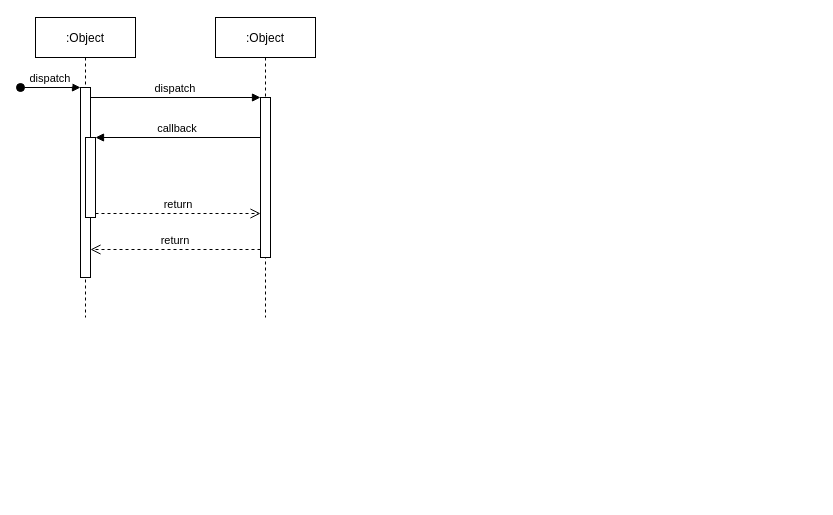
This is Untitled Diagram.drawio from philong97/diagram, a draw.io file, before an edit. Source tidied: cells renumbered, new cells numbered last; positions are measured from the earlier drawing's top-left corner, leaving out a move shared by most shapes. Both pictures are drawn from the tidied source at 100%, with x=0, y=0 at pixel (20, 17).
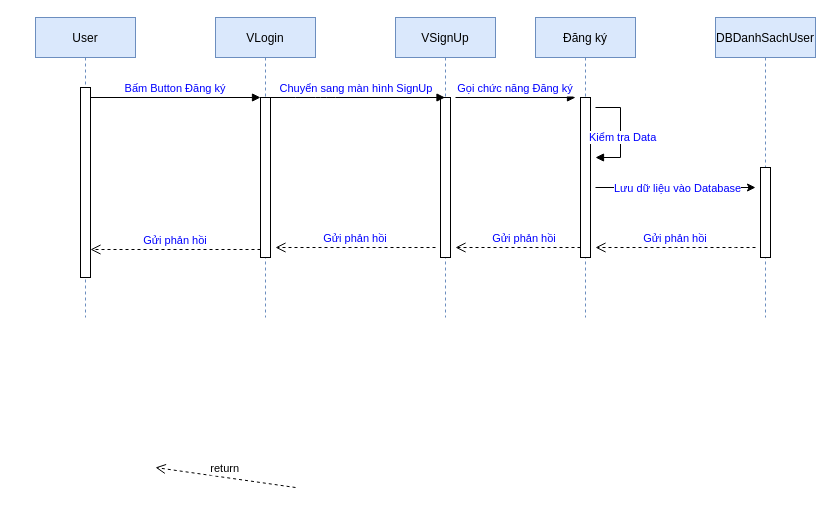
After the change.

Diff of the diagram source:
```diff
@@
-    <mxCell id="2" value=":Object" style="shape=umlLifeline;perimeter=lifelinePerimeter;rounded=0;shadow=0;strokeWidth=1;" parent="1" vertex="1">
+    <mxCell id="2" value="User" style="shape=umlLifeline;perimeter=lifelinePerimeter;rounded=0;shadow=0;strokeWidth=1;fillColor=#dae8fc;strokeColor=#6c8ebf;" parent="1" vertex="1">
       <mxGeometry x="15" width="100" height="300" as="geometry" />
     </mxCell>
-    <mxCell id="3" style="points=[];perimeter=orthogonalPerimeter;rounded=0;shadow=0;strokeWidth=1;" parent="2" vertex="1">
+    <mxCell id="3" style="points=[];perimeter=orthogonalPerimeter;rounded=0;shadow=0;strokeWidth=1;fontColor=#0000FF;" parent="2" vertex="1">
       <mxGeometry x="45" y="70" width="10" height="190" as="geometry" />
     </mxCell>
-    <mxCell id="4" value="dispatch" style="verticalAlign=bottom;startArrow=oval;endArrow=block;startSize=8;shadow=0;strokeWidth=1;" parent="2" edge="1" target="3">
-      <mxGeometry relative="1" as="geometry">
-        <mxPoint x="-15" y="70" as="sourcePoint" />
-      </mxGeometry>
-    </mxCell>
-    <mxCell id="5" style="points=[];perimeter=orthogonalPerimeter;rounded=0;shadow=0;strokeWidth=1;" parent="2" vertex="1">
-      <mxGeometry x="50" y="120" width="10" height="80" as="geometry" />
-    </mxCell>
-    <mxCell id="6" value=":Object" style="shape=umlLifeline;perimeter=lifelinePerimeter;rounded=0;shadow=0;strokeWidth=1;" parent="1" vertex="1">
+    <mxCell id="6" value="VLogin" style="shape=umlLifeline;perimeter=lifelinePerimeter;rounded=0;shadow=0;strokeWidth=1;fillColor=#dae8fc;strokeColor=#6c8ebf;" parent="1" vertex="1">
       <mxGeometry x="195" width="100" height="300" as="geometry" />
     </mxCell>
-    <mxCell id="7" style="points=[];perimeter=orthogonalPerimeter;rounded=0;shadow=0;strokeWidth=1;" parent="6" vertex="1">
+    <mxCell id="7" style="points=[];perimeter=orthogonalPerimeter;rounded=0;shadow=0;strokeWidth=1;fontColor=#0000FF;" parent="6" vertex="1">
       <mxGeometry x="45" y="80" width="10" height="160" as="geometry" />
     </mxCell>
-    <mxCell id="8" value="return" style="verticalAlign=bottom;endArrow=open;dashed=1;endSize=8;exitX=0;exitY=0.95;shadow=0;strokeWidth=1;" parent="1" edge="1" source="7" target="3">
+    <mxCell id="8" value="Gửi phản hồi" style="verticalAlign=bottom;endArrow=open;dashed=1;endSize=8;exitX=0;exitY=0.95;shadow=0;strokeWidth=1;fontColor=#0000FF;" parent="1" edge="1" source="7" target="3">
       <mxGeometry relative="1" as="geometry" />
     </mxCell>
-    <mxCell id="9" value="dispatch" style="verticalAlign=bottom;endArrow=block;entryX=0;entryY=0;shadow=0;strokeWidth=1;" parent="1" edge="1" source="3" target="7">
+    <mxCell id="9" value="Bấm Button Đăng ký" style="verticalAlign=bottom;endArrow=block;entryX=0;entryY=0;shadow=0;strokeWidth=1;fontColor=#0000FF;" parent="1" edge="1" source="3" target="7">
       <mxGeometry relative="1" as="geometry" />
     </mxCell>
-    <mxCell id="10" value="callback" style="verticalAlign=bottom;endArrow=block;entryX=1;entryY=0;shadow=0;strokeWidth=1;" parent="1" edge="1" source="7" target="5">
-      <mxGeometry relative="1" as="geometry" />
-    </mxCell>
-    <mxCell id="11" value="return" style="verticalAlign=bottom;endArrow=open;dashed=1;endSize=8;exitX=1;exitY=0.95;shadow=0;strokeWidth=1;" parent="1" edge="1" source="5" target="7">
-      <mxGeometry relative="1" as="geometry" />
+    <mxCell id="11" value="return" style="verticalAlign=bottom;endArrow=open;dashed=1;endSize=8;shadow=0;strokeWidth=1;" parent="1" edge="1">
+      <mxGeometry relative="1" as="geometry">
+        <mxPoint x="275" y="470" as="sourcePoint" />
+        <mxPoint x="135" y="450" as="targetPoint" />
+      </mxGeometry>
     </mxCell>
+    <mxCell id="12" value="VSignUp" style="shape=umlLifeline;perimeter=lifelinePerimeter;rounded=0;shadow=0;strokeWidth=1;fillColor=#dae8fc;strokeColor=#6c8ebf;" parent="1" vertex="1">
+      <mxGeometry x="375" width="100" height="300" as="geometry" />
+    </mxCell>
+    <mxCell id="13" style="perimeter=orthogonalPerimeter;rounded=0;shadow=0;strokeWidth=1;fontColor=#0000FF;" parent="12" vertex="1">
+      <mxGeometry x="45" y="80" width="10" height="160" as="geometry" />
+    </mxCell>
+    <mxCell id="14" value="DBDanhSachUser" style="shape=umlLifeline;perimeter=lifelinePerimeter;rounded=0;shadow=0;strokeWidth=1;fillColor=#dae8fc;strokeColor=#6c8ebf;" parent="1" vertex="1">
+      <mxGeometry x="695" width="100" height="300" as="geometry" />
+    </mxCell>
+    <mxCell id="15" style="perimeter=orthogonalPerimeter;rounded=0;shadow=0;strokeWidth=1;fontColor=#0000FF;" parent="14" vertex="1">
+      <mxGeometry x="45" y="150" width="10" height="90" as="geometry" />
+    </mxCell>
+    <mxCell id="16" value="Chuyển sang màn hình SignUp" style="verticalAlign=bottom;endArrow=block;shadow=0;strokeWidth=1;fontColor=#0000FF;" parent="1" edge="1" target="12">
+      <mxGeometry relative="1" as="geometry">
+        <mxPoint x="248" y="80" as="sourcePoint" />
+        <Array as="points">
+          <mxPoint x="285" y="80" />
+          <mxPoint x="305" y="80" />
+        </Array>
+      </mxGeometry>
+    </mxCell>
+    <mxCell id="17" value="Đăng ký" style="shape=umlLifeline;perimeter=lifelinePerimeter;rounded=0;shadow=0;strokeWidth=1;fillColor=#dae8fc;strokeColor=#6c8ebf;" parent="1" vertex="1">
+      <mxGeometry x="515" width="100" height="300" as="geometry" />
+    </mxCell>
+    <mxCell id="18" style="perimeter=orthogonalPerimeter;rounded=0;shadow=0;strokeWidth=1;fontColor=#0000FF;" parent="17" vertex="1">
+      <mxGeometry x="45" y="80" width="10" height="160" as="geometry" />
+    </mxCell>
+    <mxCell id="19" value="Gọi chức năng Đăng ký" style="verticalAlign=bottom;endArrow=block;shadow=0;strokeWidth=1;fontColor=#0000FF;" parent="1" edge="1">
+      <mxGeometry relative="1" as="geometry">
+        <mxPoint x="435" y="80" as="sourcePoint" />
+        <mxPoint x="555" y="80" as="targetPoint" />
+      </mxGeometry>
+    </mxCell>
+    <mxCell id="20" value="Kiểm tra Data" style="edgeStyle=orthogonalEdgeStyle;html=1;align=left;spacingLeft=2;endArrow=block;rounded=0;fontColor=#0000FF;" parent="1" edge="1">
+      <mxGeometry x="1" y="-22" relative="1" as="geometry">
+        <mxPoint x="575" y="90" as="sourcePoint" />
+        <mxPoint x="575" y="140" as="targetPoint" />
+        <Array as="points">
+          <mxPoint x="600" y="90" />
+          <mxPoint x="600" y="140" />
+        </Array>
+        <mxPoint x="-10" y="2" as="offset" />
+      </mxGeometry>
+    </mxCell>
+    <mxCell id="21" style="endArrow=classic;html=1;fontColor=#0000FF;" parent="1" edge="1">
+      <mxGeometry relative="1" as="geometry">
+        <mxPoint x="575" y="170" as="sourcePoint" />
+        <mxPoint x="735" y="170" as="targetPoint" />
+        <Array as="points">
+          <mxPoint x="675" y="170" />
+        </Array>
+      </mxGeometry>
+    </mxCell>
+    <mxCell id="22" value="Lưu dữ liệu vào Database" style="edgeLabel;html=1;align=center;verticalAlign=middle;fontColor=#0000FF;" parent="21" vertex="1">
+      <mxGeometry x="-0.11" relative="1" as="geometry">
+        <mxPoint x="10" as="offset" />
+      </mxGeometry>
+    </mxCell>
+    <mxCell id="23" value="Gửi phản hồi" style="verticalAlign=bottom;endArrow=open;dashed=1;endSize=8;exitX=0;exitY=0.95;shadow=0;strokeWidth=1;fontColor=#0000FF;" parent="1" edge="1">
+      <mxGeometry relative="1" as="geometry">
+        <mxPoint x="415" y="230" as="sourcePoint" />
+        <mxPoint x="255" y="230" as="targetPoint" />
+      </mxGeometry>
+    </mxCell>
+    <mxCell id="24" value="Gửi phản hồi" style="verticalAlign=bottom;endArrow=open;dashed=1;endSize=8;shadow=0;strokeWidth=1;fontColor=#0000FF;" parent="1" edge="1">
+      <mxGeometry x="-0.11" relative="1" as="geometry">
+        <mxPoint x="560" y="230" as="sourcePoint" />
+        <mxPoint x="435" y="230" as="targetPoint" />
+      </mxGeometry>
+    </mxCell>
+    <mxCell id="25" value="Gửi phản hồi" style="verticalAlign=bottom;endArrow=open;dashed=1;endSize=8;shadow=0;strokeWidth=1;fontColor=#0000FF;" parent="1" edge="1">
+      <mxGeometry relative="1" as="geometry">
+        <mxPoint x="735" y="230" as="sourcePoint" />
+        <mxPoint x="575" y="230" as="targetPoint" />
+        <Array as="points">
+          <mxPoint x="705" y="230" />
+          <mxPoint x="665" y="230" />
+        </Array>
+      </mxGeometry>
+    </mxCell>
```
